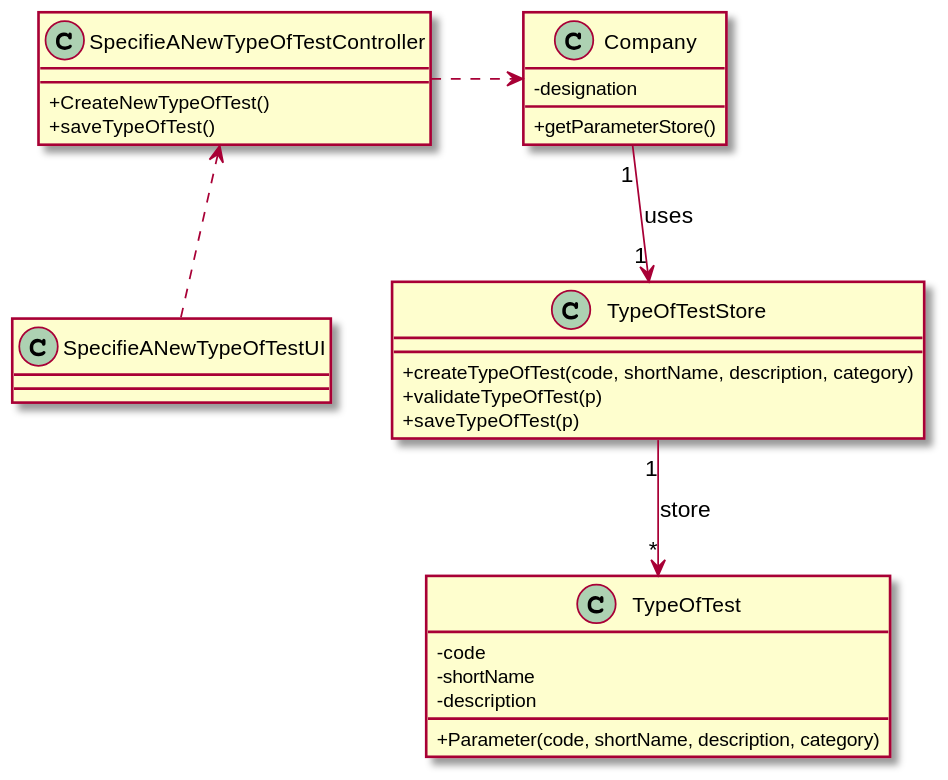
Above: docs/SprintC/US9/UC9_CD.svg in GuilhermeCunha79/lapr2 (PlantUML), before the change. Its diagram source:
```plantuml
@startuml
skinparam classAttributeIconSize 0

class SpecifieANewTypeOfTestUI{
}

class SpecifieANewTypeOfTestController{
    +CreateNewTypeOfTest()
    +saveTypeOfTest()
}

class Company{
	-designation
	+getParameterStore()
}

class TypeOfTest{
    -code
    -shortName
    -description
    +Parameter(code, shortName, description, category)
}

class TypeOfTestStore{
    +createTypeOfTest(code, shortName, description, category)
    +validateTypeOfTest(p)
    +saveTypeOfTest(p)
}



 SpecifieANewTypeOfTestController  <.down. SpecifieANewTypeOfTestUI
SpecifieANewTypeOfTestController .right.> Company
Company"1" --> "1"TypeOfTestStore : uses
TypeOfTestStore"1" --> "*"TypeOfTest : store

@enduml
```
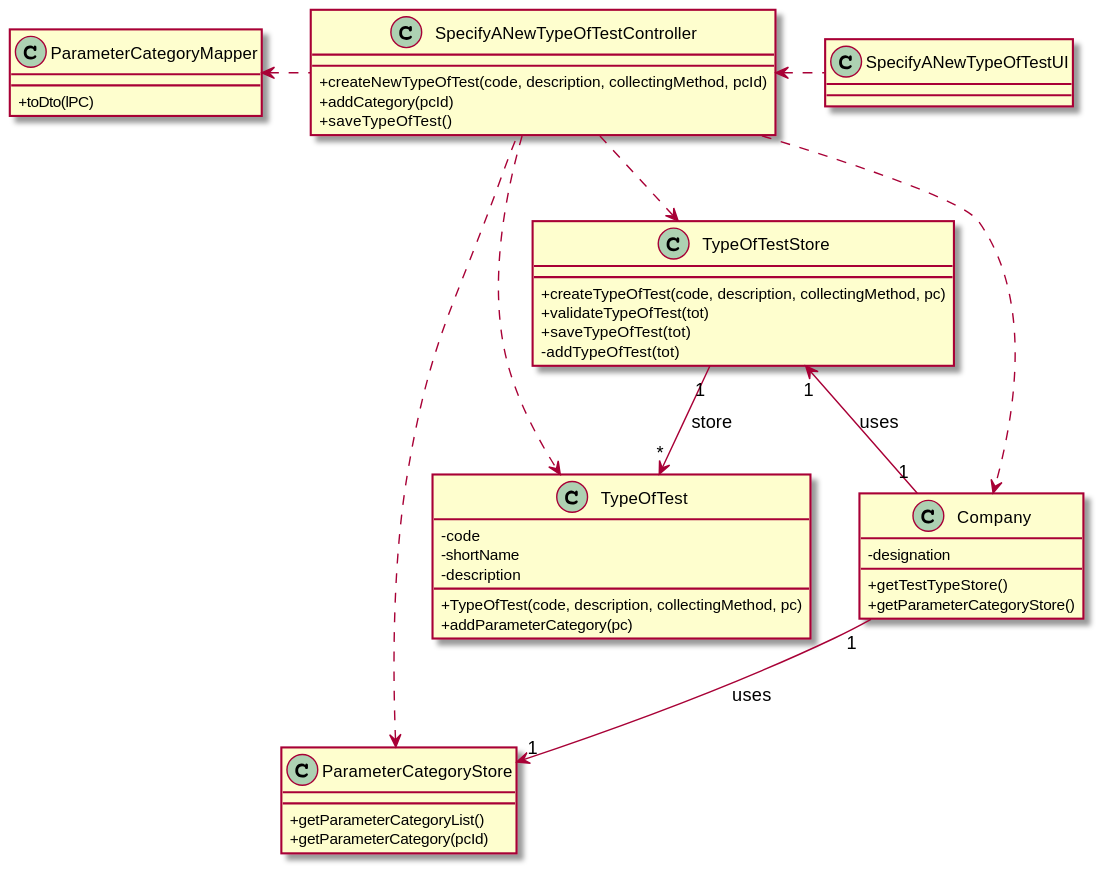
The same diagram one commit later.

Change to the diagram source:
```diff
@@ -1,37 +1,54 @@
 @startuml
 skinparam classAttributeIconSize 0
 
-class SpecifieANewTypeOfTestUI{
+class SpecifyANewTypeOfTestUI{
 }
 
-class SpecifieANewTypeOfTestController{
-    +CreateNewTypeOfTest()
+class SpecifyANewTypeOfTestController{
+    +createNewTypeOfTest(code, description, collectingMethod, pcId)
+    +addCategory(pcId)
     +saveTypeOfTest()
 }
 
 class Company{
 	-designation
-	+getParameterStore()
+	+getTestTypeStore()
+	+getParameterCategoryStore()
 }
 
 class TypeOfTest{
     -code
     -shortName
     -description
-    +Parameter(code, shortName, description, category)
+    +TypeOfTest(code, description, collectingMethod, pc)
+    +addParameterCategory(pc)
 }
 
 class TypeOfTestStore{
-    +createTypeOfTest(code, shortName, description, category)
-    +validateTypeOfTest(p)
-    +saveTypeOfTest(p)
+    +createTypeOfTest(code, description, collectingMethod, pc)
+    +validateTypeOfTest(tot)
+    +saveTypeOfTest(tot)
+    -addTypeOfTest(tot)
+}
+
+class ParameterCategoryStore {
+    +getParameterCategoryList()
+    +getParameterCategory(pcId)
+}
+
+class ParameterCategoryMapper {
+    +toDto(lPC)
 }
 
 
 
- SpecifieANewTypeOfTestController  <.down. SpecifieANewTypeOfTestUI
-SpecifieANewTypeOfTestController .right.> Company
-Company"1" --> "1"TypeOfTestStore : uses
+SpecifyANewTypeOfTestController  <.right. SpecifyANewTypeOfTestUI
+SpecifyANewTypeOfTestController .right.> Company
+Company"1" -up-> "1"TypeOfTestStore : uses
+Company"1" --> "1"ParameterCategoryStore : uses
 TypeOfTestStore"1" --> "*"TypeOfTest : store
-
+SpecifyANewTypeOfTestController .up.> ParameterCategoryStore
+SpecifyANewTypeOfTestController .left.> ParameterCategoryMapper
+SpecifyANewTypeOfTestController ..> TypeOfTestStore
+SpecifyANewTypeOfTestController ..> TypeOfTest
 @enduml
```
